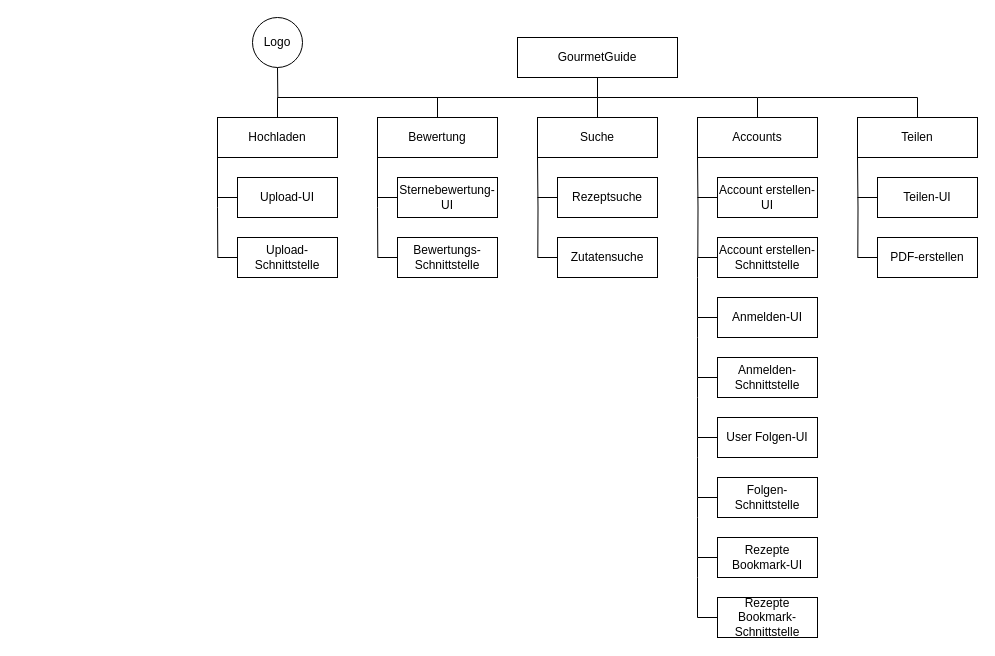
Above: Produktstrukturplan.drawio in Software-Engineering-I-HWR/GourmetGuide (draw.io), before the change. Source tidied: cells renumbered, new cells numbered last; positions are measured from the earlier drawing's top-left corner, leaving out a move shared by most shapes. Both pictures are drawn from the tidied source at 100%, with x=0, y=0 at pixel (217, 17).
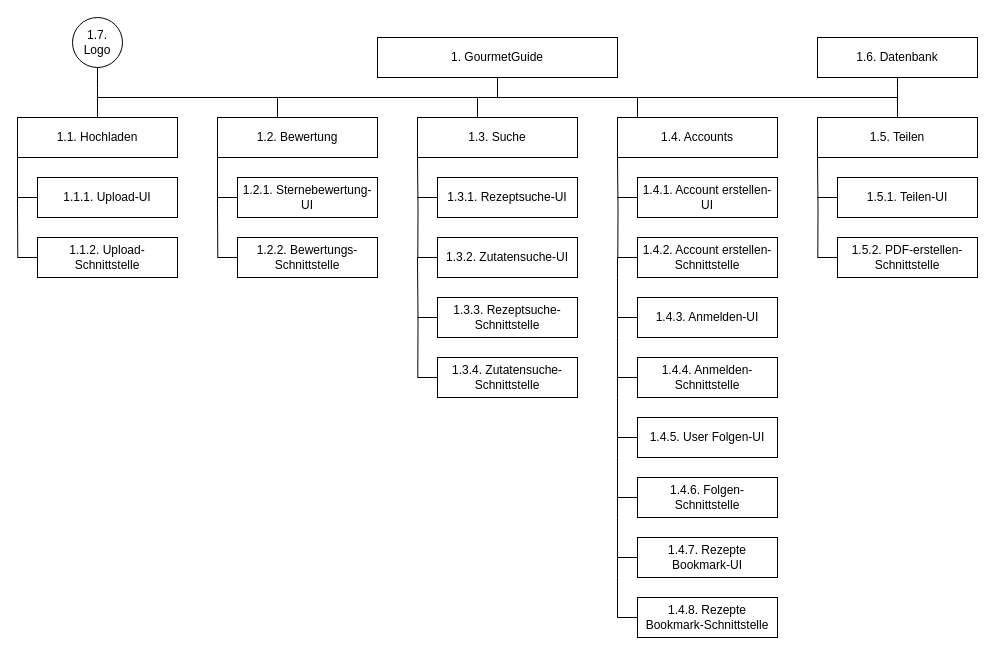
The same diagram, later.

The edit, as a diff of the source:
```diff
@@
-    <mxCell id="2" value="GourmetGuide" style="rounded=0;whiteSpace=wrap;html=1;" parent="1" vertex="1">
-      <mxGeometry x="300" y="20" width="160" height="40" as="geometry" />
+    <mxCell id="2" value="1. GourmetGuide" style="rounded=0;whiteSpace=wrap;html=1;" parent="1" vertex="1">
+      <mxGeometry x="160" y="20" width="240" height="40" as="geometry" />
     </mxCell>
     <mxCell id="3" style="edgeStyle=orthogonalEdgeStyle;rounded=0;jettySize=auto;html=1;exitX=0.5;exitY=0;exitDx=0;exitDy=0;endArrow=none;endFill=0;entryX=0.5;entryY=1;entryDx=0;entryDy=0;" parent="1" edge="1" source="5" target="2">
       <mxGeometry relative="1" as="geometry">
         <Array as="points">
-          <mxPoint x="60" y="80" />
-          <mxPoint x="380" y="80" />
+          <mxPoint x="-120" y="80" />
+          <mxPoint x="280" y="80" />
         </Array>
       </mxGeometry>
     </mxCell>
     <mxCell id="4" style="edgeStyle=orthogonalEdgeStyle;rounded=0;jettySize=auto;html=1;exitX=0;exitY=1;exitDx=0;exitDy=0;endArrow=none;endFill=0;" parent="1" edge="1" source="5">
       <mxGeometry relative="1" as="geometry">
-        <mxPoint x="0.3" y="240" as="targetPoint" />
+        <mxPoint x="-199.7" y="240" as="targetPoint" />
       </mxGeometry>
     </mxCell>
-    <mxCell id="5" value="Hochladen" style="rounded=0;whiteSpace=wrap;html=1;" parent="1" vertex="1">
-      <mxGeometry y="100" width="120" height="40" as="geometry" />
+    <mxCell id="5" value="1.1. Hochladen" style="rounded=0;whiteSpace=wrap;html=1;" parent="1" vertex="1">
+      <mxGeometry x="-200" y="100" width="160" height="40" as="geometry" />
     </mxCell>
     <mxCell id="6" style="edgeStyle=orthogonalEdgeStyle;rounded=0;jettySize=auto;html=1;exitX=0.5;exitY=0;exitDx=0;exitDy=0;endArrow=none;endFill=0;" parent="1" edge="1" source="8">
       <mxGeometry relative="1" as="geometry">
-        <mxPoint x="240" y="80" as="targetPoint" />
+        <mxPoint x="80" y="80" as="targetPoint" />
         <Array as="points">
-          <mxPoint x="220" y="80" />
+          <mxPoint x="60" y="80" />
         </Array>
       </mxGeometry>
     </mxCell>
     <mxCell id="7" style="edgeStyle=orthogonalEdgeStyle;rounded=0;jettySize=auto;html=1;exitX=0;exitY=1;exitDx=0;exitDy=0;endArrow=none;endFill=0;" parent="1" edge="1" source="8">
       <mxGeometry relative="1" as="geometry">
-        <mxPoint x="160.3" y="240" as="targetPoint" />
+        <mxPoint x="0.3" y="240" as="targetPoint" />
       </mxGeometry>
     </mxCell>
-    <mxCell id="8" value="Bewertung" style="rounded=0;whiteSpace=wrap;html=1;" parent="1" vertex="1">
-      <mxGeometry x="160" y="100" width="120" height="40" as="geometry" />
+    <mxCell id="8" value="1.2. Bewertung" style="rounded=0;whiteSpace=wrap;html=1;" parent="1" vertex="1">
+      <mxGeometry y="100" width="160" height="40" as="geometry" />
     </mxCell>
     <mxCell id="9" style="edgeStyle=orthogonalEdgeStyle;rounded=0;jettySize=auto;html=1;exitX=0.5;exitY=0;exitDx=0;exitDy=0;endArrow=none;endFill=0;" parent="1" edge="1" source="10">
       <mxGeometry relative="1" as="geometry">
-        <mxPoint x="380" y="80" as="targetPoint" />
+        <mxPoint x="260" y="80" as="targetPoint" />
       </mxGeometry>
     </mxCell>
-    <mxCell id="10" value="Suche" style="rounded=0;whiteSpace=wrap;html=1;" parent="1" vertex="1">
-      <mxGeometry x="320" y="100" width="120" height="40" as="geometry" />
+    <mxCell id="10" value="1.3. Suche" style="rounded=0;whiteSpace=wrap;html=1;" parent="1" vertex="1">
+      <mxGeometry x="200" y="100" width="160" height="40" as="geometry" />
     </mxCell>
     <mxCell id="11" style="edgeStyle=orthogonalEdgeStyle;rounded=0;jettySize=auto;html=1;exitX=0.5;exitY=0;exitDx=0;exitDy=0;endArrow=none;endFill=0;" parent="1" edge="1" source="12">
       <mxGeometry relative="1" as="geometry">
-        <mxPoint x="380" y="80" as="targetPoint" />
+        <mxPoint x="260" y="80" as="targetPoint" />
         <Array as="points">
-          <mxPoint x="540" y="80" />
+          <mxPoint x="420" y="80" />
         </Array>
       </mxGeometry>
     </mxCell>
-    <mxCell id="12" value="Accounts" style="rounded=0;whiteSpace=wrap;html=1;" parent="1" vertex="1">
-      <mxGeometry x="480" y="100" width="120" height="40" as="geometry" />
+    <mxCell id="12" value="1.4. Accounts" style="rounded=0;whiteSpace=wrap;html=1;" parent="1" vertex="1">
+      <mxGeometry x="400" y="100" width="160" height="40" as="geometry" />
     </mxCell>
     <mxCell id="13" style="rounded=0;jettySize=auto;html=1;exitX=0.5;exitY=0;exitDx=0;exitDy=0;endArrow=none;endFill=0;" parent="1" edge="1" source="14">
       <mxGeometry relative="1" as="geometry">
-        <mxPoint x="540" y="80" as="targetPoint" />
+        <mxPoint x="420" y="80" as="targetPoint" />
         <Array as="points">
-          <mxPoint x="700" y="80" />
+          <mxPoint x="680" y="80" />
         </Array>
       </mxGeometry>
     </mxCell>
-    <mxCell id="14" value="Teilen" style="rounded=0;whiteSpace=wrap;html=1;" parent="1" vertex="1">
-      <mxGeometry x="640" y="100" width="120" height="40" as="geometry" />
+    <mxCell id="14" value="1.5. Teilen" style="rounded=0;whiteSpace=wrap;html=1;" parent="1" vertex="1">
+      <mxGeometry x="600" y="100" width="160" height="40" as="geometry" />
     </mxCell>
     <mxCell id="15" style="edgeStyle=orthogonalEdgeStyle;rounded=0;jettySize=auto;html=1;exitX=0;exitY=0.5;exitDx=0;exitDy=0;endArrow=none;endFill=0;" parent="1" edge="1" source="16">
       <mxGeometry relative="1" as="geometry">
-        <mxPoint y="180.1" as="targetPoint" />
+        <mxPoint x="-200" y="180.1" as="targetPoint" />
       </mxGeometry>
     </mxCell>
-    <mxCell id="16" value="Upload-UI" style="rounded=0;whiteSpace=wrap;html=1;" parent="1" vertex="1">
-      <mxGeometry x="20" y="160" width="100" height="40" as="geometry" />
+    <mxCell id="16" value="1.1.1. Upload-UI" style="rounded=0;whiteSpace=wrap;html=1;" parent="1" vertex="1">
+      <mxGeometry x="-180" y="160" width="140" height="40" as="geometry" />
     </mxCell>
     <mxCell id="17" style="edgeStyle=orthogonalEdgeStyle;rounded=0;jettySize=auto;html=1;exitX=0;exitY=0.5;exitDx=0;exitDy=0;endArrow=none;endFill=0;" parent="1" edge="1" source="18">
       <mxGeometry relative="1" as="geometry">
-        <mxPoint y="240.1" as="targetPoint" />
+        <mxPoint x="-200" y="240.1" as="targetPoint" />
       </mxGeometry>
     </mxCell>
-    <mxCell id="18" value="Upload-Schnittstelle" style="rounded=0;whiteSpace=wrap;html=1;" parent="1" vertex="1">
-      <mxGeometry x="20" y="220" width="100" height="40" as="geometry" />
+    <mxCell id="18" value="1.1.2. Upload-Schnittstelle" style="rounded=0;whiteSpace=wrap;html=1;" parent="1" vertex="1">
+      <mxGeometry x="-180" y="220" width="140" height="40" as="geometry" />
     </mxCell>
     <mxCell id="19" style="edgeStyle=orthogonalEdgeStyle;rounded=0;jettySize=auto;html=1;exitX=0.5;exitY=1;exitDx=0;exitDy=0;endArrow=none;endFill=0;" parent="1" edge="1" source="20">
       <mxGeometry relative="1" as="geometry">
-        <mxPoint x="60.3" y="80" as="targetPoint" />
+        <mxPoint x="-120" y="80" as="targetPoint" />
+        <Array as="points">
+          <mxPoint x="-120" y="70" />
+          <mxPoint x="-120" y="70" />
+        </Array>
       </mxGeometry>
     </mxCell>
-    <mxCell id="20" value="Logo" style="ellipse;whiteSpace=wrap;html=1;" parent="1" vertex="1">
-      <mxGeometry x="35" width="50" height="50" as="geometry" />
+    <mxCell id="20" value="1.7. Logo" style="ellipse;whiteSpace=wrap;html=1;" parent="1" vertex="1">
+      <mxGeometry x="-145" width="50" height="50" as="geometry" />
     </mxCell>
     <mxCell id="21" style="edgeStyle=orthogonalEdgeStyle;rounded=0;jettySize=auto;html=1;exitX=0;exitY=0.5;exitDx=0;exitDy=0;endArrow=none;endFill=0;" parent="1" edge="1" source="22">
       <mxGeometry relative="1" as="geometry">
-        <mxPoint x="160" y="240.1" as="targetPoint" />
+        <mxPoint y="240.1" as="targetPoint" />
       </mxGeometry>
     </mxCell>
-    <mxCell id="22" value="Bewertungs-Schnittstelle" style="rounded=0;whiteSpace=wrap;html=1;" parent="1" vertex="1">
-      <mxGeometry x="180" y="220" width="100" height="40" as="geometry" />
+    <mxCell id="22" value="1.2.2. Bewertungs-Schnittstelle" style="rounded=0;whiteSpace=wrap;html=1;" parent="1" vertex="1">
+      <mxGeometry x="20" y="220" width="140" height="40" as="geometry" />
     </mxCell>
     <mxCell id="23" style="edgeStyle=orthogonalEdgeStyle;rounded=0;jettySize=auto;html=1;exitX=0;exitY=0.5;exitDx=0;exitDy=0;endArrow=none;endFill=0;" parent="1" edge="1" source="24">
       <mxGeometry relative="1" as="geometry">
-        <mxPoint x="160" y="180.1" as="targetPoint" />
+        <mxPoint y="180.1" as="targetPoint" />
       </mxGeometry>
     </mxCell>
-    <mxCell id="24" value="Sternebewertung-UI" style="rounded=0;whiteSpace=wrap;html=1;" parent="1" vertex="1">
-      <mxGeometry x="180" y="160" width="100" height="40" as="geometry" />
+    <mxCell id="24" value="1.2.1. Sternebewertung-UI" style="rounded=0;whiteSpace=wrap;html=1;" parent="1" vertex="1">
+      <mxGeometry x="20" y="160" width="140" height="40" as="geometry" />
     </mxCell>
     <mxCell id="25" style="edgeStyle=orthogonalEdgeStyle;rounded=0;orthogonalLoop=1;jettySize=auto;html=1;exitX=0;exitY=1;exitDx=0;exitDy=0;endArrow=none;endFill=0;" parent="1" edge="1">
       <mxGeometry relative="1" as="geometry">
-        <mxPoint x="320" y="140" as="sourcePoint" />
-        <mxPoint x="320.3" y="240" as="targetPoint" />
+        <mxPoint x="200" y="140" as="sourcePoint" />
+        <mxPoint x="200.3" y="240" as="targetPoint" />
       </mxGeometry>
     </mxCell>
     <mxCell id="26" style="edgeStyle=orthogonalEdgeStyle;rounded=0;jettySize=auto;html=1;exitX=0;exitY=0.5;exitDx=0;exitDy=0;endArrow=none;endFill=0;" parent="1" edge="1" source="27">
       <mxGeometry relative="1" as="geometry">
-        <mxPoint x="320" y="240.1" as="targetPoint" />
+        <mxPoint x="200" y="240.1" as="targetPoint" />
       </mxGeometry>
     </mxCell>
-    <mxCell id="27" value="Zutatensuche" style="rounded=0;whiteSpace=wrap;html=1;" parent="1" vertex="1">
-      <mxGeometry x="340" y="220" width="100" height="40" as="geometry" />
+    <mxCell id="27" value="1.3.2. Zutatensuche-UI" style="rounded=0;whiteSpace=wrap;html=1;" parent="1" vertex="1">
+      <mxGeometry x="220" y="220" width="140" height="40" as="geometry" />
     </mxCell>
     <mxCell id="28" style="edgeStyle=orthogonalEdgeStyle;rounded=0;jettySize=auto;html=1;exitX=0;exitY=0.5;exitDx=0;exitDy=0;endArrow=none;endFill=0;" parent="1" edge="1" source="29">
       <mxGeometry relative="1" as="geometry">
-        <mxPoint x="320" y="180.1" as="targetPoint" />
+        <mxPoint x="200" y="180.1" as="targetPoint" />
       </mxGeometry>
     </mxCell>
-    <mxCell id="29" value="Rezeptsuche" style="rounded=0;whiteSpace=wrap;html=1;" parent="1" vertex="1">
-      <mxGeometry x="340" y="160" width="100" height="40" as="geometry" />
+    <mxCell id="29" value="1.3.1. Rezeptsuche-UI" style="rounded=0;whiteSpace=wrap;html=1;" parent="1" vertex="1">
+      <mxGeometry x="220" y="160" width="140" height="40" as="geometry" />
     </mxCell>
     <mxCell id="30" style="edgeStyle=orthogonalEdgeStyle;rounded=0;orthogonalLoop=1;jettySize=auto;html=1;exitX=0;exitY=1;exitDx=0;exitDy=0;endArrow=none;endFill=0;" parent="1" edge="1">
       <mxGeometry relative="1" as="geometry">
-        <mxPoint x="480" y="140" as="sourcePoint" />
-        <mxPoint x="480.3" y="240" as="targetPoint" />
+        <mxPoint x="400" y="140" as="sourcePoint" />
+        <mxPoint x="400.3" y="240" as="targetPoint" />
       </mxGeometry>
     </mxCell>
     <mxCell id="31" style="edgeStyle=orthogonalEdgeStyle;rounded=0;jettySize=auto;html=1;exitX=0;exitY=0.5;exitDx=0;exitDy=0;endArrow=none;endFill=0;" parent="1" edge="1" source="32">
       <mxGeometry relative="1" as="geometry">
-        <mxPoint x="480" y="240.1" as="targetPoint" />
+        <mxPoint x="400" y="240.1" as="targetPoint" />
       </mxGeometry>
     </mxCell>
-    <mxCell id="32" value="Anmelden-UI" style="rounded=0;whiteSpace=wrap;html=1;" parent="1" vertex="1">
-      <mxGeometry x="500" y="280" width="100" height="40" as="geometry" />
+    <mxCell id="32" value="1.4.3. Anmelden-UI" style="rounded=0;whiteSpace=wrap;html=1;" parent="1" vertex="1">
+      <mxGeometry x="420" y="280" width="140" height="40" as="geometry" />
     </mxCell>
     <mxCell id="33" style="edgeStyle=orthogonalEdgeStyle;rounded=0;jettySize=auto;html=1;exitX=0;exitY=0.5;exitDx=0;exitDy=0;endArrow=none;endFill=0;" parent="1" edge="1" source="34">
       <mxGeometry relative="1" as="geometry">
-        <mxPoint x="480" y="180.1" as="targetPoint" />
+        <mxPoint x="400" y="180.1" as="targetPoint" />
       </mxGeometry>
     </mxCell>
-    <mxCell id="34" value="Account erstellen-UI" style="rounded=0;whiteSpace=wrap;html=1;" parent="1" vertex="1">
-      <mxGeometry x="500" y="160" width="100" height="40" as="geometry" />
+    <mxCell id="34" value="1.4.1. Account erstellen-UI" style="rounded=0;whiteSpace=wrap;html=1;" parent="1" vertex="1">
+      <mxGeometry x="420" y="160" width="140" height="40" as="geometry" />
     </mxCell>
     <mxCell id="35" style="edgeStyle=orthogonalEdgeStyle;rounded=0;jettySize=auto;html=1;exitX=0;exitY=0.5;exitDx=0;exitDy=0;endArrow=none;endFill=0;" parent="1" edge="1" source="36">
       <mxGeometry relative="1" as="geometry">
-        <mxPoint x="480" y="240.1" as="targetPoint" />
+        <mxPoint x="400" y="240.1" as="targetPoint" />
       </mxGeometry>
     </mxCell>
-    <mxCell id="36" value="Account erstellen-Schnittstelle" style="rounded=0;whiteSpace=wrap;html=1;" parent="1" vertex="1">
-      <mxGeometry x="500" y="220" width="100" height="40" as="geometry" />
+    <mxCell id="36" value="1.4.2. Account erstellen-Schnittstelle" style="rounded=0;whiteSpace=wrap;html=1;" parent="1" vertex="1">
+      <mxGeometry x="420" y="220" width="140" height="40" as="geometry" />
     </mxCell>
     <mxCell id="37" style="edgeStyle=orthogonalEdgeStyle;rounded=0;jettySize=auto;html=1;exitX=0;exitY=0.5;exitDx=0;exitDy=0;endArrow=none;endFill=0;" parent="1" edge="1" source="38">
       <mxGeometry relative="1" as="geometry">
-        <mxPoint x="480" y="300" as="targetPoint" />
+        <mxPoint x="400" y="300" as="targetPoint" />
       </mxGeometry>
     </mxCell>
-    <mxCell id="38" value="Anmelden-Schnittstelle" style="rounded=0;whiteSpace=wrap;html=1;" parent="1" vertex="1">
-      <mxGeometry x="500" y="340" width="100" height="40" as="geometry" />
+    <mxCell id="38" value="1.4.4. Anmelden-Schnittstelle" style="rounded=0;whiteSpace=wrap;html=1;" parent="1" vertex="1">
+      <mxGeometry x="420" y="340" width="140" height="40" as="geometry" />
     </mxCell>
     <mxCell id="39" style="edgeStyle=orthogonalEdgeStyle;rounded=0;orthogonalLoop=1;jettySize=auto;html=1;exitX=0;exitY=1;exitDx=0;exitDy=0;endArrow=none;endFill=0;" parent="1" edge="1">
       <mxGeometry relative="1" as="geometry">
-        <mxPoint x="640" y="140" as="sourcePoint" />
-        <mxPoint x="640.3" y="240" as="targetPoint" />
+        <mxPoint x="600" y="140" as="sourcePoint" />
+        <mxPoint x="600.3" y="240" as="targetPoint" />
       </mxGeometry>
     </mxCell>
     <mxCell id="40" style="edgeStyle=orthogonalEdgeStyle;rounded=0;jettySize=auto;html=1;exitX=0;exitY=0.5;exitDx=0;exitDy=0;endArrow=none;endFill=0;" parent="1" edge="1" source="41">
       <mxGeometry relative="1" as="geometry">
-        <mxPoint x="640" y="180.1" as="targetPoint" />
+        <mxPoint x="600" y="180.1" as="targetPoint" />
       </mxGeometry>
     </mxCell>
-    <mxCell id="41" value="Teilen-UI" style="rounded=0;whiteSpace=wrap;html=1;" parent="1" vertex="1">
-      <mxGeometry x="660" y="160" width="100" height="40" as="geometry" />
+    <mxCell id="41" value="1.5.1. Teilen-UI" style="rounded=0;whiteSpace=wrap;html=1;" parent="1" vertex="1">
+      <mxGeometry x="620" y="160" width="140" height="40" as="geometry" />
     </mxCell>
     <mxCell id="42" style="edgeStyle=orthogonalEdgeStyle;rounded=0;jettySize=auto;html=1;exitX=0;exitY=0.5;exitDx=0;exitDy=0;endArrow=none;endFill=0;" parent="1" edge="1" source="43">
       <mxGeometry relative="1" as="geometry">
-        <mxPoint x="640" y="240.1" as="targetPoint" />
+        <mxPoint x="600" y="240.1" as="targetPoint" />
       </mxGeometry>
     </mxCell>
-    <mxCell id="43" value="PDF-erstellen" style="rounded=0;whiteSpace=wrap;html=1;" parent="1" vertex="1">
-      <mxGeometry x="660" y="220" width="100" height="40" as="geometry" />
+    <mxCell id="43" value="1.5.2. PDF-erstellen-Schnittstelle" style="rounded=0;whiteSpace=wrap;html=1;" parent="1" vertex="1">
+      <mxGeometry x="620" y="220" width="140" height="40" as="geometry" />
     </mxCell>
     <mxCell id="44" style="edgeStyle=orthogonalEdgeStyle;rounded=0;jettySize=auto;html=1;exitX=0;exitY=0.5;exitDx=0;exitDy=0;endArrow=none;endFill=0;" parent="1" edge="1" source="45">
       <mxGeometry relative="1" as="geometry">
-        <mxPoint x="480" y="360" as="targetPoint" />
+        <mxPoint x="400" y="360" as="targetPoint" />
       </mxGeometry>
     </mxCell>
-    <mxCell id="45" value="User Folgen-UI" style="rounded=0;whiteSpace=wrap;html=1;" parent="1" vertex="1">
-      <mxGeometry x="500" y="400" width="100" height="40" as="geometry" />
+    <mxCell id="45" value="1.4.5. User Folgen-UI" style="rounded=0;whiteSpace=wrap;html=1;" parent="1" vertex="1">
+      <mxGeometry x="420" y="400" width="140" height="40" as="geometry" />
     </mxCell>
     <mxCell id="46" style="edgeStyle=orthogonalEdgeStyle;rounded=0;jettySize=auto;html=1;exitX=0;exitY=0.5;exitDx=0;exitDy=0;endArrow=none;endFill=0;" parent="1" edge="1" source="47">
       <mxGeometry relative="1" as="geometry">
-        <mxPoint x="480" y="420" as="targetPoint" />
+        <mxPoint x="400" y="420" as="targetPoint" />
       </mxGeometry>
     </mxCell>
-    <mxCell id="47" value="Folgen- Schnittstelle" style="rounded=0;whiteSpace=wrap;html=1;" parent="1" vertex="1">
-      <mxGeometry x="500" y="460" width="100" height="40" as="geometry" />
+    <mxCell id="47" value="1.4.6. Folgen- Schnittstelle" style="rounded=0;whiteSpace=wrap;html=1;" parent="1" vertex="1">
+      <mxGeometry x="420" y="460" width="140" height="40" as="geometry" />
     </mxCell>
     <mxCell id="48" style="edgeStyle=orthogonalEdgeStyle;rounded=0;jettySize=auto;html=1;exitX=0;exitY=0.5;exitDx=0;exitDy=0;endArrow=none;endFill=0;" parent="1" edge="1" source="49">
       <mxGeometry relative="1" as="geometry">
-        <mxPoint x="480" y="480" as="targetPoint" />
+        <mxPoint x="400" y="480" as="targetPoint" />
       </mxGeometry>
     </mxCell>
-    <mxCell id="49" value="Rezepte Bookmark-UI" style="rounded=0;whiteSpace=wrap;html=1;" parent="1" vertex="1">
-      <mxGeometry x="500" y="520" width="100" height="40" as="geometry" />
+    <mxCell id="49" value="1.4.7. Rezepte Bookmark-UI" style="rounded=0;whiteSpace=wrap;html=1;" parent="1" vertex="1">
+      <mxGeometry x="420" y="520" width="140" height="40" as="geometry" />
     </mxCell>
     <mxCell id="50" style="edgeStyle=orthogonalEdgeStyle;rounded=0;jettySize=auto;html=1;exitX=0;exitY=0.5;exitDx=0;exitDy=0;endArrow=none;endFill=0;" parent="1" edge="1" source="51">
       <mxGeometry relative="1" as="geometry">
-        <mxPoint x="480" y="540" as="targetPoint" />
+        <mxPoint x="400" y="540" as="targetPoint" />
       </mxGeometry>
     </mxCell>
-    <mxCell id="51" value="Rezepte Bookmark-Schnittstelle" style="rounded=0;whiteSpace=wrap;html=1;" parent="1" vertex="1">
-      <mxGeometry x="500" y="580" width="100" height="40" as="geometry" />
+    <mxCell id="51" value="1.4.8. Rezepte Bookmark-Schnittstelle" style="rounded=0;whiteSpace=wrap;html=1;" parent="1" vertex="1">
+      <mxGeometry x="420" y="580" width="140" height="40" as="geometry" />
     </mxCell>
+    <mxCell id="52" style="edgeStyle=orthogonalEdgeStyle;rounded=0;orthogonalLoop=1;jettySize=auto;html=1;endArrow=none;endFill=0;" parent="1" edge="1">
+      <mxGeometry relative="1" as="geometry">
+        <mxPoint x="200" y="240" as="sourcePoint" />
+        <mxPoint x="200.3" y="360" as="targetPoint" />
+      </mxGeometry>
+    </mxCell>
+    <mxCell id="53" style="edgeStyle=orthogonalEdgeStyle;rounded=0;jettySize=auto;html=1;exitX=0;exitY=0.5;exitDx=0;exitDy=0;endArrow=none;endFill=0;" parent="1" edge="1" source="54">
+      <mxGeometry relative="1" as="geometry">
+        <mxPoint x="200" y="360.1" as="targetPoint" />
+      </mxGeometry>
+    </mxCell>
+    <mxCell id="54" value="1.3.4. Zutatensuche-Schnittstelle" style="rounded=0;whiteSpace=wrap;html=1;" parent="1" vertex="1">
+      <mxGeometry x="220" y="340" width="140" height="40" as="geometry" />
+    </mxCell>
+    <mxCell id="55" style="edgeStyle=orthogonalEdgeStyle;rounded=0;jettySize=auto;html=1;exitX=0;exitY=0.5;exitDx=0;exitDy=0;endArrow=none;endFill=0;" parent="1" edge="1" source="56">
+      <mxGeometry relative="1" as="geometry">
+        <mxPoint x="200" y="300.1" as="targetPoint" />
+      </mxGeometry>
+    </mxCell>
+    <mxCell id="56" value="1.3.3. Rezeptsuche-Schnittstelle" style="rounded=0;whiteSpace=wrap;html=1;" parent="1" vertex="1">
+      <mxGeometry x="220" y="280" width="140" height="40" as="geometry" />
+    </mxCell>
+    <mxCell id="57" style="edgeStyle=orthogonalEdgeStyle;rounded=0;jettySize=auto;html=1;exitX=0.5;exitY=1;exitDx=0;exitDy=0;endArrow=none;endFill=0;" parent="1" edge="1" source="58">
+      <mxGeometry relative="1" as="geometry">
+        <mxPoint x="680" y="80" as="targetPoint" />
+        <Array as="points">
+          <mxPoint x="680" y="70" />
+          <mxPoint x="680" y="70" />
+        </Array>
+      </mxGeometry>
+    </mxCell>
+    <mxCell id="58" value="1.6. Datenbank" style="rounded=0;whiteSpace=wrap;html=1;" parent="1" vertex="1">
+      <mxGeometry x="600" y="20" width="160" height="40" as="geometry" />
+    </mxCell>
```
